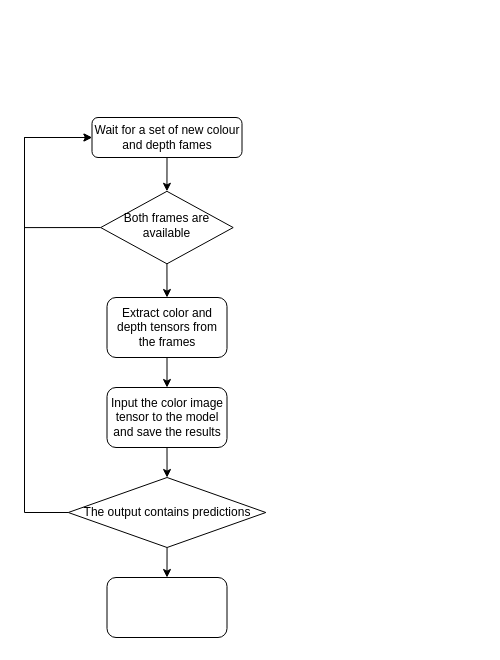
Earlier version of the draw.io diagram Untitled Diagram.drawio (CAP-JJ/objectDetectionProject). Source tidied: cells renumbered, new cells numbered last; positions are measured from the earlier drawing's top-left corner, leaving out a move shared by most shapes. Both pictures are drawn from the tidied source at 100%, with x=0, y=0 at pixel (24, 117).
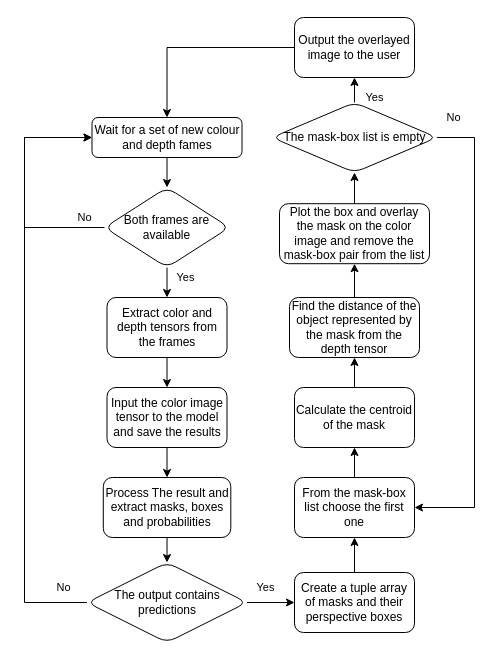
The same page after the edit.

Unchanged cells that the change refers to:
```xml
<mxCell id="3" value="Wait for a set of new colour and depth fames" style="rounded=1;whiteSpace=wrap;html=1;fontSize=12;glass=0;strokeWidth=1;shadow=0;" parent="1" vertex="1">
  <mxGeometry x="67.5" width="150" height="40" as="geometry" />
</mxCell>
<mxCell id="8" value="Extract color and depth tensors from the frames" style="rounded=1;whiteSpace=wrap;html=1;" parent="1" vertex="1">
  <mxGeometry x="82.5" y="180" width="120" height="60" as="geometry" />
</mxCell>
<mxCell id="10" value="Input the color image tensor to the model and save the results" style="rounded=1;whiteSpace=wrap;html=1;" parent="1" vertex="1">
  <mxGeometry x="82.5" y="270" width="120" height="60" as="geometry" />
</mxCell>
```

The edit, as a diff of the source:
```diff
@@
-    <mxCell id="4" style="edgeStyle=orthogonalEdgeStyle;rounded=0;jettySize=auto;html=1;exitX=0;exitY=0.5;exitDx=0;exitDy=0;entryX=0;entryY=0.5;entryDx=0;entryDy=0;elbow=vertical;" parent="1" edge="1" source="6" target="3">
-      <mxGeometry relative="1" as="geometry">
-        <Array as="points">
-          <mxPoint y="110" />
-          <mxPoint y="20" />
-        </Array>
-      </mxGeometry>
-    </mxCell>
-    <mxCell id="5" style="edgeStyle=orthogonalEdgeStyle;rounded=0;jettySize=auto;html=1;exitX=0.5;exitY=1;exitDx=0;exitDy=0;entryX=0.5;entryY=0;entryDx=0;entryDy=0;elbow=vertical;" parent="1" edge="1" source="6" target="8">
-      <mxGeometry relative="1" as="geometry" />
-    </mxCell>
-    <mxCell id="6" value="Both frames are available" style="rhombus;whiteSpace=wrap;html=1;shadow=0;fontFamily=Helvetica;fontSize=12;align=center;strokeWidth=1;spacing=6;spacingTop=-4;" parent="1" vertex="1">
-      <mxGeometry x="76.2" y="73.8" width="132.5" height="72.5" as="geometry" />
-    </mxCell>
@@
-    <mxCell id="9" style="edgeStyle=orthogonalEdgeStyle;rounded=0;jettySize=auto;html=1;exitX=0.5;exitY=1;exitDx=0;exitDy=0;entryX=0.5;entryY=0;entryDx=0;entryDy=0;elbow=vertical;" parent="1" edge="1" source="10" target="14">
-      <mxGeometry relative="1" as="geometry" />
-    </mxCell>
+    <mxCell id="15" style="edgeStyle=orthogonalEdgeStyle;rounded=0;jettySize=auto;html=1;exitX=0.5;exitY=1;exitDx=0;exitDy=0;entryX=0.5;entryY=0;entryDx=0;entryDy=0;elbow=vertical;" parent="1" edge="1" source="10" target="18">
+      <mxGeometry relative="1" as="geometry" />
+    </mxCell>
@@
+    <mxCell id="16" style="edgeStyle=orthogonalEdgeStyle;rounded=0;jettySize=auto;html=1;elbow=vertical;" parent="1" edge="1" source="11" target="20">
+      <mxGeometry relative="1" as="geometry" />
+    </mxCell>
-    <mxCell id="11" style="rounded=1;whiteSpace=wrap;html=1;" parent="1" vertex="1">
-      <mxGeometry x="82.5" y="460" width="120" height="60" as="geometry" />
+    <mxCell id="11" value="Create a tuple array of masks and their perspective boxes" style="rounded=1;whiteSpace=wrap;html=1;" parent="1" vertex="1">
+      <mxGeometry x="270" y="455" width="120" height="60" as="geometry" />
     </mxCell>
+    <mxCell id="17" style="edgeStyle=orthogonalEdgeStyle;rounded=0;jettySize=auto;html=1;exitX=0.5;exitY=1;exitDx=0;exitDy=0;entryX=0.5;entryY=0;entryDx=0;entryDy=0;elbow=vertical;" parent="1" edge="1" source="18" target="14">
+      <mxGeometry relative="1" as="geometry" />
+    </mxCell>
+    <mxCell id="18" value="Process The result and extract masks, boxes and probabilities" style="rounded=1;whiteSpace=wrap;html=1;" parent="1" vertex="1">
+      <mxGeometry x="78.8" y="360" width="127.5" height="60" as="geometry" />
+    </mxCell>
+    <mxCell id="19" style="edgeStyle=orthogonalEdgeStyle;rounded=0;jettySize=auto;html=1;elbow=vertical;" parent="1" edge="1" source="20" target="22">
+      <mxGeometry relative="1" as="geometry" />
+    </mxCell>
+    <mxCell id="20" value="From the mask-box list choose the first one" style="whiteSpace=wrap;html=1;rounded=1;" parent="1" vertex="1">
+      <mxGeometry x="270" y="360" width="120" height="60" as="geometry" />
+    </mxCell>
+    <mxCell id="21" style="edgeStyle=orthogonalEdgeStyle;rounded=0;jettySize=auto;html=1;elbow=vertical;" parent="1" edge="1" source="22" target="24">
+      <mxGeometry relative="1" as="geometry" />
+    </mxCell>
+    <mxCell id="22" value="Calculate the centroid of the mask" style="whiteSpace=wrap;html=1;rounded=1;" parent="1" vertex="1">
+      <mxGeometry x="270" y="270" width="120" height="60" as="geometry" />
+    </mxCell>
+    <mxCell id="23" style="edgeStyle=orthogonalEdgeStyle;rounded=0;jettySize=auto;html=1;elbow=vertical;" parent="1" edge="1" source="24" target="26">
+      <mxGeometry relative="1" as="geometry" />
+    </mxCell>
+    <mxCell id="24" value="Find the distance of the object represented by the mask from the depth tensor" style="whiteSpace=wrap;html=1;rounded=1;" parent="1" vertex="1">
+      <mxGeometry x="265" y="180" width="130" height="60" as="geometry" />
+    </mxCell>
+    <mxCell id="25" style="edgeStyle=orthogonalEdgeStyle;rounded=0;jettySize=auto;html=1;elbow=vertical;" parent="1" edge="1" source="26" target="29">
+      <mxGeometry relative="1" as="geometry" />
+    </mxCell>
+    <mxCell id="26" value="Plot the box and overlay the mask on the color image and remove the mask-box pair from the list" style="whiteSpace=wrap;html=1;rounded=1;" parent="1" vertex="1">
+      <mxGeometry x="255" y="86.2" width="150" height="60" as="geometry" />
+    </mxCell>
-    <mxCell id="12" style="edgeStyle=orthogonalEdgeStyle;rounded=0;jettySize=auto;html=1;exitX=0.5;exitY=1;exitDx=0;exitDy=0;entryX=0.5;entryY=0;entryDx=0;entryDy=0;elbow=vertical;" parent="1" edge="1" source="14" target="11">
-      <mxGeometry relative="1" as="geometry" />
+    <mxCell id="12" value="Yes" style="edgeStyle=orthogonalEdgeStyle;rounded=0;jettySize=auto;html=1;exitX=1;exitY=0.5;exitDx=0;exitDy=0;entryX=0;entryY=0.5;entryDx=0;entryDy=0;elbow=vertical;" parent="1" edge="1" source="14" target="11">
+      <mxGeometry x="-0.26" y="15" relative="1" as="geometry" />
     </mxCell>
-    <mxCell id="13" style="edgeStyle=orthogonalEdgeStyle;rounded=0;jettySize=auto;html=1;exitX=0;exitY=0.5;exitDx=0;exitDy=0;elbow=vertical;entryX=0;entryY=0.5;entryDx=0;entryDy=0;" parent="1" edge="1" source="14" target="3">
-      <mxGeometry relative="1" as="geometry">
+    <mxCell id="13" value="No" style="edgeStyle=orthogonalEdgeStyle;rounded=0;jettySize=auto;html=1;exitX=0;exitY=0.5;exitDx=0;exitDy=0;entryX=0;entryY=0.5;entryDx=0;entryDy=0;elbow=vertical;" parent="1" edge="1" source="14" target="3">
+      <mxGeometry x="-0.92" y="-15" relative="1" as="geometry">
         <Array as="points">
-          <mxPoint y="395" />
+          <mxPoint y="485" />
           <mxPoint y="20" />
         </Array>
       </mxGeometry>
     </mxCell>
-    <mxCell id="14" value="The output contains predictions" style="rhombus;whiteSpace=wrap;html=1;" parent="1" vertex="1">
-      <mxGeometry x="43.8" y="360" width="197.5" height="70" as="geometry" />
+    <mxCell id="14" value="The output contains predictions" style="rhombus;whiteSpace=wrap;html=1;rounded=1;" parent="1" vertex="1">
+      <mxGeometry x="62.5" y="445" width="160" height="80" as="geometry" />
     </mxCell>
+    <mxCell id="5" value="Yes" style="edgeStyle=orthogonalEdgeStyle;rounded=0;jettySize=auto;html=1;exitX=0.5;exitY=1;exitDx=0;exitDy=0;entryX=0.5;entryY=0;entryDx=0;entryDy=0;elbow=vertical;" parent="1" edge="1" source="6" target="8">
+      <mxGeometry x="-0.33" y="18" relative="1" as="geometry" />
+    </mxCell>
+    <mxCell id="4" value="No" style="edgeStyle=orthogonalEdgeStyle;rounded=0;jettySize=auto;html=1;exitX=0;exitY=0.5;exitDx=0;exitDy=0;entryX=0;entryY=0.5;entryDx=0;entryDy=0;elbow=vertical;" parent="1" edge="1" source="6" target="3">
+      <mxGeometry x="-0.83" y="-10" relative="1" as="geometry">
+        <Array as="points">
+          <mxPoint y="110" />
+          <mxPoint y="20" />
+        </Array>
+      </mxGeometry>
+    </mxCell>
+    <mxCell id="6" value="Both frames are available" style="rhombus;whiteSpace=wrap;html=1;rounded=1;" parent="1" vertex="1">
+      <mxGeometry x="80" y="70" width="125" height="80" as="geometry" />
+    </mxCell>
+    <mxCell id="27" value="Yes" style="edgeStyle=orthogonalEdgeStyle;rounded=0;jettySize=auto;html=1;elbow=vertical;" parent="1" edge="1" source="29" target="31">
+      <mxGeometry x="0.27" y="20" relative="1" as="geometry">
+        <mxPoint x="40" as="offset" />
+      </mxGeometry>
+    </mxCell>
+    <mxCell id="28" value="No" style="edgeStyle=orthogonalEdgeStyle;rounded=0;jettySize=auto;html=1;exitX=1;exitY=0.5;exitDx=0;exitDy=0;entryX=1;entryY=0.5;entryDx=0;entryDy=0;elbow=vertical;" parent="1" edge="1" source="29" target="20">
+      <mxGeometry x="-0.93" y="20" relative="1" as="geometry">
+        <Array as="points">
+          <mxPoint x="450" y="20" />
+          <mxPoint x="450" y="390" />
+        </Array>
+      </mxGeometry>
+    </mxCell>
+    <mxCell id="29" value="The mask-box list is empty" style="rhombus;whiteSpace=wrap;html=1;rounded=1;" parent="1" vertex="1">
+      <mxGeometry x="247.5" y="-15" width="165" height="70" as="geometry" />
+    </mxCell>
+    <mxCell id="30" style="edgeStyle=orthogonalEdgeStyle;rounded=0;jettySize=auto;html=1;exitX=0;exitY=0.5;exitDx=0;exitDy=0;entryX=0.5;entryY=0;entryDx=0;entryDy=0;elbow=vertical;" parent="1" edge="1" source="31" target="3">
+      <mxGeometry relative="1" as="geometry" />
+    </mxCell>
+    <mxCell id="31" value="Output the overlayed image to the user" style="whiteSpace=wrap;html=1;rounded=1;" parent="1" vertex="1">
+      <mxGeometry x="270" y="-100" width="120" height="60" as="geometry" />
+    </mxCell>
```
